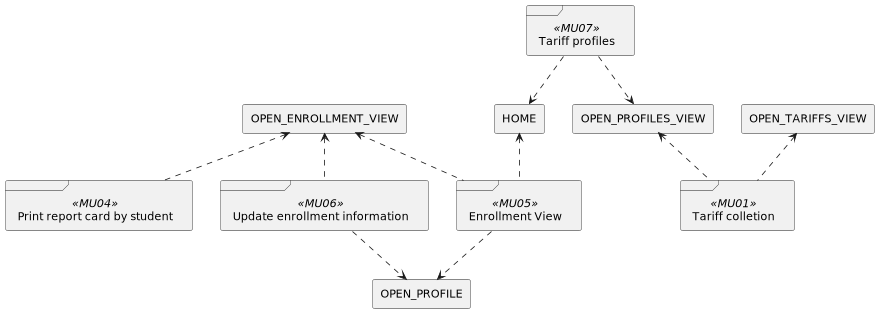
This is out/UseCaseView/TRACE.State-x-Prototype.png from wsmcbl/wsmcbl.doc, a PlantUML export, as it was before one commit.
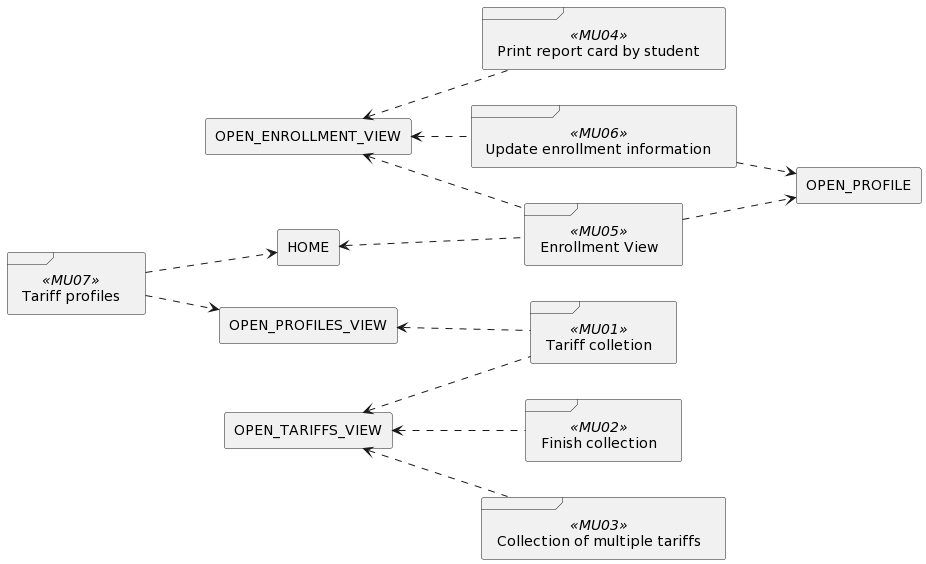
Later version of the same file.

The edit, as a diff of the source:
```diff
@@ -1,7 +1,10 @@
 @startuml
+left to right direction
 
 
 frame MU01 <<MU01>> as "Tariff colletion"
+frame MU02 <<MU02>> as "Finish collection"
+frame MU03 <<MU03>> as "Collection of multiple tariffs"
 frame MU04 <<MU04>> as "Print report card by student"
 frame MU05 <<MU05>> as "Enrollment View"
 frame MU06 <<MU06>> as "Update enrollment information"
@@ -16,6 +19,10 @@
 MU01 .up.> s2
 MU01 .up.> s4
 
+MU02 .up.> s4
+
+MU03 .up.> s4
+
 MU04 .up.> s1
 
 MU05 .up.> Initial
@@ -27,5 +34,4 @@
 
 MU07 ..> Initial
 MU07 ..> s2
-
 @enduml
```
